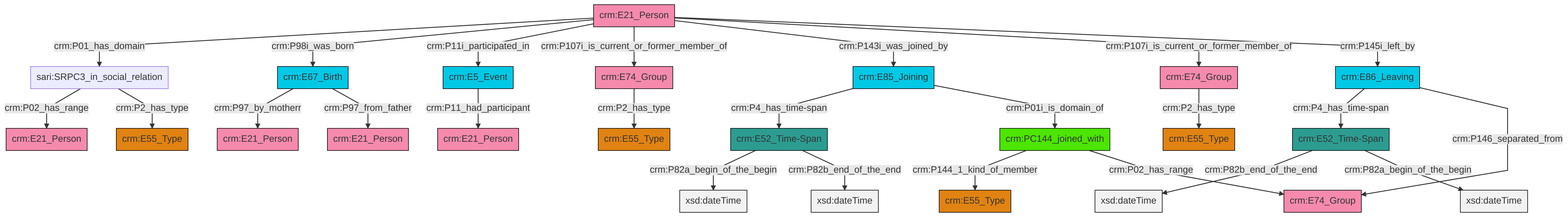
Above: et/personCSV/ttl/mmd/png/Person_Actor_Relations.png in swiss-art-research-net/reference-data-models (Mermaid), before the change. Its source is kept beside it as et/personCSV/ttl/mmd/Person_Actor_Relations.ttl.mmd. Its diagram source:
```mermaid
graph TD
classDef Literal fill:#f2f2f2,stroke:#000000;
classDef CRM_Entity fill:#FFFFFF,stroke:#000000;
classDef Temporal_Entity fill:#00C9E6, stroke:#000000;
classDef Type fill:#E18312, stroke:#000000;
classDef Time-Span fill:#2C9C91, stroke:#000000;
classDef Appellation fill:#FFEB7F, stroke:#000000;
classDef Place fill:#008836, stroke:#000000;
classDef Persistent_Item fill:#B266B2, stroke:#000000;
classDef Conceptual_Object fill:#FFD700, stroke:#000000;
classDef Physical_Thing fill:#D2B48C, stroke:#000000;
classDef Actor fill:#f58aad, stroke:#000000;
classDef PC_Classes fill:#4ce600, stroke:#000000;
classDef Multi fill:#cccccc,stroke:#000000;

0["crm:E5_Event"]:::Temporal_Entity -->|crm:P11_had_participant| 1["crm:E21_Person"]:::Actor
8["crm:E21_Person"]:::Actor -->|crm:P01_has_domain| 9["sari:SRPC3_in_social_relation"]:::Default
4["crm:E86_Leaving"]:::Temporal_Entity -->|crm:P4_has_time-span| 14["crm:E52_Time-Span"]:::Time-Span
8["crm:E21_Person"]:::Actor -->|crm:P98i_was_born| 15["crm:E67_Birth"]:::Temporal_Entity
9["sari:SRPC3_in_social_relation"]:::Default -->|crm:P02_has_range| 16["crm:E21_Person"]:::Actor
8["crm:E21_Person"]:::Actor -->|crm:P11i_participated_in| 0["crm:E5_Event"]:::Temporal_Entity
4["crm:E86_Leaving"]:::Temporal_Entity -->|crm:P146_separated_from| 17["crm:E74_Group"]:::Actor
18["crm:E85_Joining"]:::Temporal_Entity -->|crm:P4_has_time-span| 2["crm:E52_Time-Span"]:::Time-Span
8["crm:E21_Person"]:::Actor -->|crm:P107i_is_current_or_former_member_of| 25["crm:E74_Group"]:::Actor
2["crm:E52_Time-Span"]:::Time-Span -->|crm:P82a_begin_of_the_begin| 26[xsd:dateTime]:::Literal
8["crm:E21_Person"]:::Actor -->|crm:P143i_was_joined_by| 18["crm:E85_Joining"]:::Temporal_Entity
15["crm:E67_Birth"]:::Temporal_Entity -->|crm:P97_by_motherr| 19["crm:E21_Person"]:::Actor
10["crm:PC144_joined_with"]:::PC_Classes -->|crm:P144_1_kind_of_member| 23["crm:E55_Type"]:::Type
2["crm:E52_Time-Span"]:::Time-Span -->|crm:P82b_end_of_the_end| 31[xsd:dateTime]:::Literal
8["crm:E21_Person"]:::Actor -->|crm:P107i_is_current_or_former_member_of| 33["crm:E74_Group"]:::Actor
15["crm:E67_Birth"]:::Temporal_Entity -->|crm:P97_from_father| 34["crm:E21_Person"]:::Actor
9["sari:SRPC3_in_social_relation"]:::Default -->|crm:P2_has_type| 21["crm:E55_Type"]:::Type
33["crm:E74_Group"]:::Actor -->|crm:P2_has_type| 28["crm:E55_Type"]:::Type
8["crm:E21_Person"]:::Actor -->|crm:P145i_left_by| 4["crm:E86_Leaving"]:::Temporal_Entity
10["crm:PC144_joined_with"]:::PC_Classes -->|crm:P02_has_range| 17["crm:E74_Group"]:::Actor
25["crm:E74_Group"]:::Actor -->|crm:P2_has_type| 6["crm:E55_Type"]:::Type
18["crm:E85_Joining"]:::Temporal_Entity -->|crm:P01i_is_domain_of| 10["crm:PC144_joined_with"]:::PC_Classes
14["crm:E52_Time-Span"]:::Time-Span -->|crm:P82b_end_of_the_end| 45[xsd:dateTime]:::Literal
14["crm:E52_Time-Span"]:::Time-Span -->|crm:P82a_begin_of_the_begin| 46[xsd:dateTime]:::Literal
```
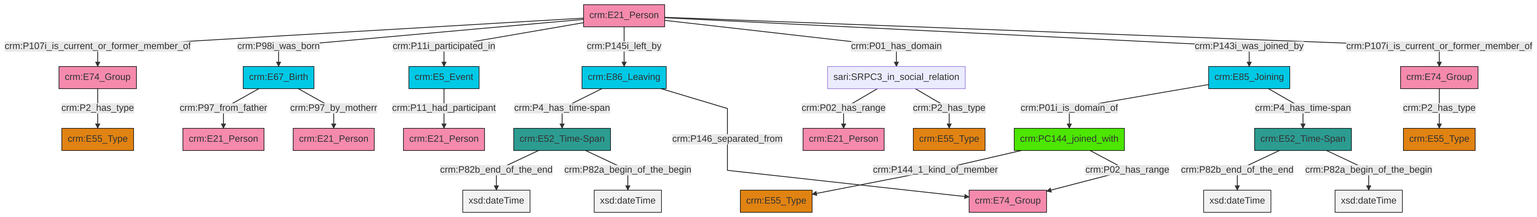
After the commit.

Diff of the diagram source:
```diff
@@ -13,27 +13,27 @@
 classDef PC_Classes fill:#4ce600, stroke:#000000;
 classDef Multi fill:#cccccc,stroke:#000000;
 
-0["crm:E5_Event"]:::Temporal_Entity -->|crm:P11_had_participant| 1["crm:E21_Person"]:::Actor
-8["crm:E21_Person"]:::Actor -->|crm:P01_has_domain| 9["sari:SRPC3_in_social_relation"]:::Default
-4["crm:E86_Leaving"]:::Temporal_Entity -->|crm:P4_has_time-span| 14["crm:E52_Time-Span"]:::Time-Span
-8["crm:E21_Person"]:::Actor -->|crm:P98i_was_born| 15["crm:E67_Birth"]:::Temporal_Entity
-9["sari:SRPC3_in_social_relation"]:::Default -->|crm:P02_has_range| 16["crm:E21_Person"]:::Actor
-8["crm:E21_Person"]:::Actor -->|crm:P11i_participated_in| 0["crm:E5_Event"]:::Temporal_Entity
-4["crm:E86_Leaving"]:::Temporal_Entity -->|crm:P146_separated_from| 17["crm:E74_Group"]:::Actor
-18["crm:E85_Joining"]:::Temporal_Entity -->|crm:P4_has_time-span| 2["crm:E52_Time-Span"]:::Time-Span
-8["crm:E21_Person"]:::Actor -->|crm:P107i_is_current_or_former_member_of| 25["crm:E74_Group"]:::Actor
-2["crm:E52_Time-Span"]:::Time-Span -->|crm:P82a_begin_of_the_begin| 26[xsd:dateTime]:::Literal
-8["crm:E21_Person"]:::Actor -->|crm:P143i_was_joined_by| 18["crm:E85_Joining"]:::Temporal_Entity
-15["crm:E67_Birth"]:::Temporal_Entity -->|crm:P97_by_motherr| 19["crm:E21_Person"]:::Actor
-10["crm:PC144_joined_with"]:::PC_Classes -->|crm:P144_1_kind_of_member| 23["crm:E55_Type"]:::Type
-2["crm:E52_Time-Span"]:::Time-Span -->|crm:P82b_end_of_the_end| 31[xsd:dateTime]:::Literal
-8["crm:E21_Person"]:::Actor -->|crm:P107i_is_current_or_former_member_of| 33["crm:E74_Group"]:::Actor
-15["crm:E67_Birth"]:::Temporal_Entity -->|crm:P97_from_father| 34["crm:E21_Person"]:::Actor
-9["sari:SRPC3_in_social_relation"]:::Default -->|crm:P2_has_type| 21["crm:E55_Type"]:::Type
-33["crm:E74_Group"]:::Actor -->|crm:P2_has_type| 28["crm:E55_Type"]:::Type
-8["crm:E21_Person"]:::Actor -->|crm:P145i_left_by| 4["crm:E86_Leaving"]:::Temporal_Entity
-10["crm:PC144_joined_with"]:::PC_Classes -->|crm:P02_has_range| 17["crm:E74_Group"]:::Actor
-25["crm:E74_Group"]:::Actor -->|crm:P2_has_type| 6["crm:E55_Type"]:::Type
-18["crm:E85_Joining"]:::Temporal_Entity -->|crm:P01i_is_domain_of| 10["crm:PC144_joined_with"]:::PC_Classes
-14["crm:E52_Time-Span"]:::Time-Span -->|crm:P82b_end_of_the_end| 45[xsd:dateTime]:::Literal
-14["crm:E52_Time-Span"]:::Time-Span -->|crm:P82a_begin_of_the_begin| 46[xsd:dateTime]:::Literal
+4["crm:E21_Person"]:::Actor -->|crm:P107i_is_current_or_former_member_of| 0["crm:E74_Group"]:::Actor
+4["crm:E21_Person"]:::Actor -->|crm:P98i_was_born| 5["crm:E67_Birth"]:::Temporal_Entity
+5["crm:E67_Birth"]:::Temporal_Entity -->|crm:P97_from_father| 6["crm:E21_Person"]:::Actor
+5["crm:E67_Birth"]:::Temporal_Entity -->|crm:P97_by_motherr| 7["crm:E21_Person"]:::Actor
+8["crm:E74_Group"]:::Actor -->|crm:P2_has_type| 9["crm:E55_Type"]:::Type
+10["crm:PC144_joined_with"]:::PC_Classes -->|crm:P144_1_kind_of_member| 2["crm:E55_Type"]:::Type
+4["crm:E21_Person"]:::Actor -->|crm:P11i_participated_in| 11["crm:E5_Event"]:::Temporal_Entity
+14["crm:E86_Leaving"]:::Temporal_Entity -->|crm:P4_has_time-span| 12["crm:E52_Time-Span"]:::Time-Span
+4["crm:E21_Person"]:::Actor -->|crm:P145i_left_by| 14["crm:E86_Leaving"]:::Temporal_Entity
+19["crm:E52_Time-Span"]:::Time-Span -->|crm:P82b_end_of_the_end| 21[xsd:dateTime]:::Literal
+19["crm:E52_Time-Span"]:::Time-Span -->|crm:P82a_begin_of_the_begin| 22[xsd:dateTime]:::Literal
+11["crm:E5_Event"]:::Temporal_Entity -->|crm:P11_had_participant| 23["crm:E21_Person"]:::Actor
+24["crm:E85_Joining"]:::Temporal_Entity -->|crm:P01i_is_domain_of| 10["crm:PC144_joined_with"]:::PC_Classes
+14["crm:E86_Leaving"]:::Temporal_Entity -->|crm:P146_separated_from| 25["crm:E74_Group"]:::Actor
+12["crm:E52_Time-Span"]:::Time-Span -->|crm:P82b_end_of_the_end| 26[xsd:dateTime]:::Literal
+28["sari:SRPC3_in_social_relation"]:::Default -->|crm:P02_has_range| 29["crm:E21_Person"]:::Actor
+10["crm:PC144_joined_with"]:::PC_Classes -->|crm:P02_has_range| 25["crm:E74_Group"]:::Actor
+24["crm:E85_Joining"]:::Temporal_Entity -->|crm:P4_has_time-span| 19["crm:E52_Time-Span"]:::Time-Span
+4["crm:E21_Person"]:::Actor -->|crm:P01_has_domain| 28["sari:SRPC3_in_social_relation"]:::Default
+0["crm:E74_Group"]:::Actor -->|crm:P2_has_type| 16["crm:E55_Type"]:::Type
+28["sari:SRPC3_in_social_relation"]:::Default -->|crm:P2_has_type| 37["crm:E55_Type"]:::Type
+4["crm:E21_Person"]:::Actor -->|crm:P143i_was_joined_by| 24["crm:E85_Joining"]:::Temporal_Entity
+4["crm:E21_Person"]:::Actor -->|crm:P107i_is_current_or_former_member_of| 8["crm:E74_Group"]:::Actor
+12["crm:E52_Time-Span"]:::Time-Span -->|crm:P82a_begin_of_the_begin| 45[xsd:dateTime]:::Literal
```
